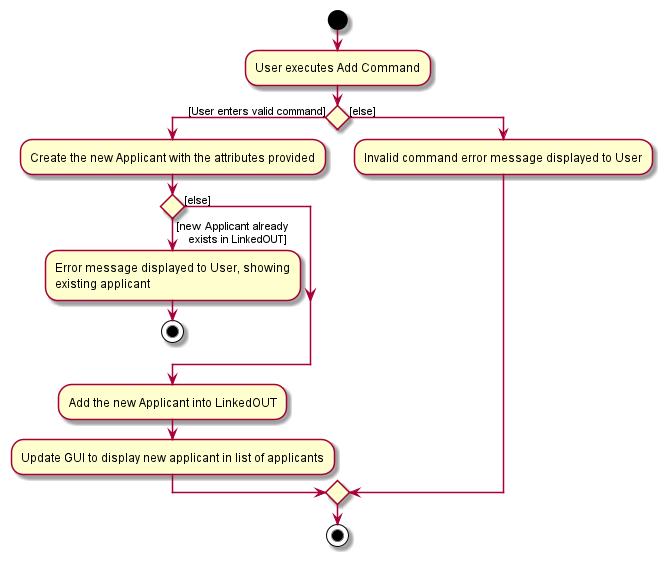
Before: docs/images/AddCommandActivityDiagram.png, a diagram exported from PlantUML (zzhikai/tp).
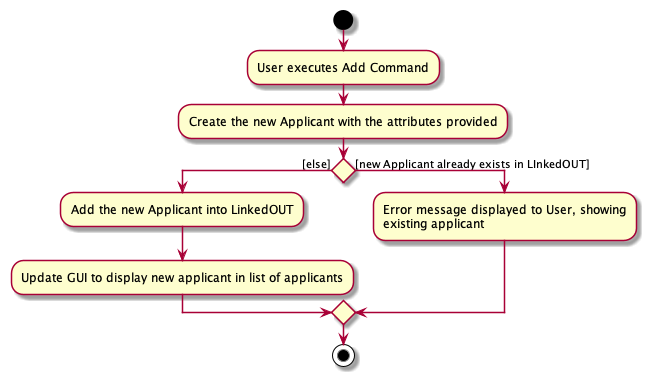
After the commit.

The edit, as a diff of the source:
```diff
@@ -2,29 +2,18 @@
 start
 :User executes Add Command;
 
+:Create the new Applicant with the attributes provided;
 
-if () then ([User enters valid command])
+if () then ([else])
 
-    :Create the new Applicant with the attributes provided;
+    :Add the new Applicant into LinkedOUT;
 
-    if () then ([new Applicant already
-    exists in LinkedOUT])
+    :Update GUI to display new applicant in list of applicants;
+else ([new Applicant already exists in LInkedOUT])
 
         :Error message displayed to User, showing
         existing applicant;
 
-        stop
-
-    else ([else])
-    endif
-
-    :Add the new Applicant into LinkedOUT;
-
-    :Update GUI to display new applicant in list of applicants;
-else ([else])
-
-:Invalid command error message displayed to User;
-
 endif
 stop
 @enduml
```
